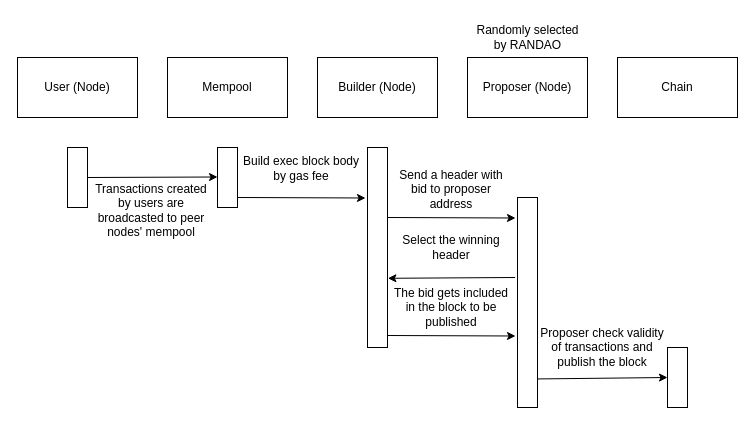
Above: assets/agent workflow.drawio in xujiahuayz/mev-resist-consensus (draw.io), before the change. Source tidied: cells renumbered, new cells numbered last; positions are measured from the earlier drawing's top-left corner, leaving out a move shared by most shapes. Both pictures are drawn from the tidied source at 100%, with x=0, y=0 at pixel (17, 17).
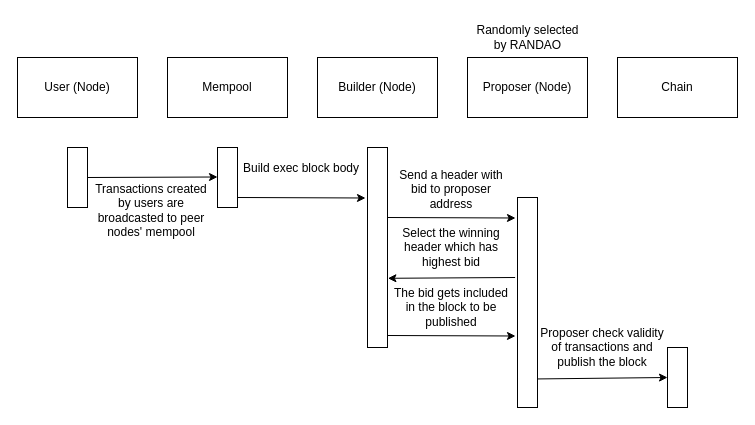
The same diagram, later.

The edit, as a diff of the source:
```diff
@@
-    <mxCell id="10" value="Build exec block body by gas fee" style="rounded=0;whiteSpace=wrap;html=1;strokeColor=none;fillColor=none;" parent="1" vertex="1">
+    <mxCell id="10" value="Build exec block body" style="rounded=0;whiteSpace=wrap;html=1;strokeColor=none;fillColor=none;" parent="1" vertex="1">
       <mxGeometry x="224" y="131" width="120" height="40" as="geometry" />
     </mxCell>
@@
-    <mxCell id="15" value="Select the winning header" style="rounded=0;whiteSpace=wrap;html=1;strokeColor=none;fillColor=none;" parent="1" vertex="1">
+    <mxCell id="15" value="Select the winning header which has highest bid" style="rounded=0;whiteSpace=wrap;html=1;strokeColor=none;fillColor=none;" parent="1" vertex="1">
       <mxGeometry x="374" y="210" width="120" height="40" as="geometry" />
     </mxCell>
```
